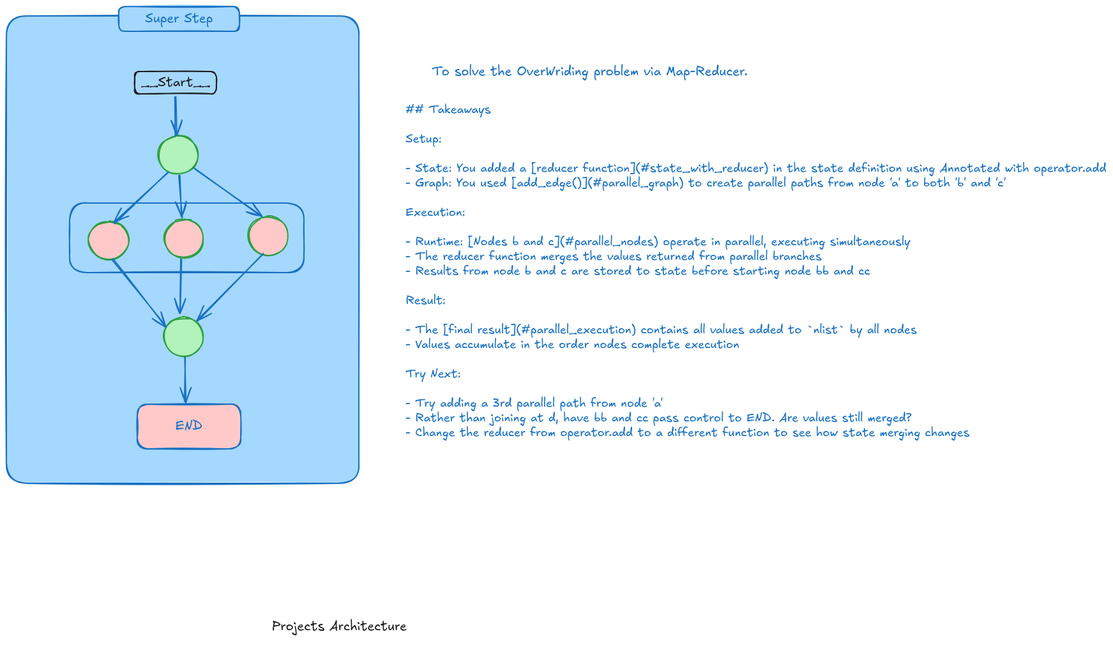
Before: 3.5-Quickstart-LangGraph-v.1.2/note.excalidraw.png, a diagram exported from Excalidraw (AIXerum/End-to-End-Agentic-AI-Automation-Lab). Source tidied: one line per element, renumbered; positions are measured from the earlier drawing's top-left corner, leaving out a move shared by most shapes.
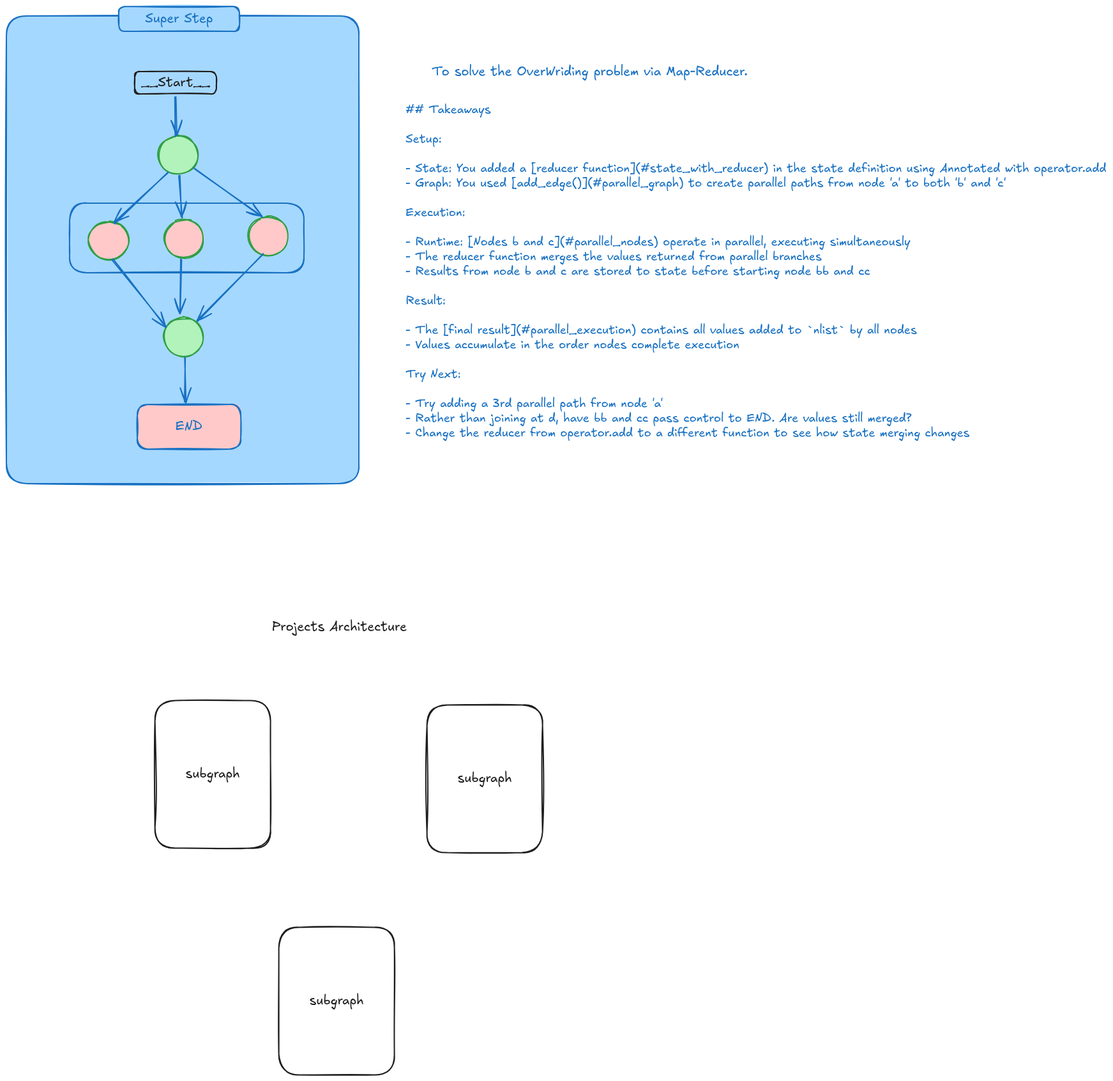
The same diagram one commit later.

Commit message:
subgraph adding as different agent

Diff of the diagram source:
```diff
@@ -22,3 +22,9 @@
 {"id": 21, "type": "text", "text": "To solve the OverWriding problem via Map-Reducer.", "strokeColor": "#1971c2", "backgroundColor": "#a5d8ff", "fillStyle": "solid", "strokeWidth": 2, "roughness": 1, "fontSize": 20, "fontFamily": 5, "x": 666, "y": 90, "width": 494, "height": 25}
 {"id": 22, "type": "text", "text": "## Takeaways\n\nSetup:\n\n- State: You added a [reducer function](#state_with_reducer) in the state definition using Annotated with operator.add\n- Graph: You used [add_edge()](#parallel_graph) to create parallel paths from node 'a' to both 'b' and 'c'\n\nExecution:\n\n- Runtime: [Nodes b and c](#parallel_nodes) operate in parallel, executing simultaneously\n- The reducer function merges the values returned from parallel branches\n- Results from node b and c are stored to state before starting node bb and cc\n\nResult:\n\n- The [final result](#parallel_execution) contains all values added to `nlist` by all nodes\n- Values accumulate in the order nodes complete execution\n\nTry Next:\n\n- Try adding a 3rd parallel path from node 'a'\n- Rather than joining at d, have bb and cc pass control to END. Are values still merged?\n- Change the reducer from operator.add to a different function to see how state merging changes", "strokeColor": "#1971c2", "backgroundColor": "#a5d8ff", "fillStyle": "solid", "strokeWidth": 2, "roughness": 1, "fontSize": 18.41, "fontFamily": 5, "x": 625, "y": 151, "width": 1098, "height": 529}
 {"id": 23, "type": "text", "text": "Projects Architecture\n", "strokeColor": "#1e1e1e", "strokeWidth": 2, "roughness": 1, "fontSize": 20, "fontFamily": 5, "x": 416, "y": 959, "width": 211, "height": 50}
+{"id": 24, "type": "rectangle", "strokeColor": "#1e1e1e", "strokeWidth": 2, "roughness": 1, "round": true, "x": 233, "y": 1086, "width": 181, "height": 231}
+{"id": 25, "type": "text", "text": "subgraph", "strokeColor": "#1e1e1e", "strokeWidth": 2, "roughness": 1, "fontSize": 20, "fontFamily": 5, "textAlign": "center", "verticalAlign": "middle", "inside": 24, "x": 281, "y": 1189, "width": 85, "height": 25}
+{"id": 26, "type": "rectangle", "strokeColor": "#1e1e1e", "strokeWidth": 2, "roughness": 1, "round": true, "x": 659, "y": 1093, "width": 181, "height": 231}
+{"id": 27, "type": "text", "text": "subgraph", "strokeColor": "#1e1e1e", "strokeWidth": 2, "roughness": 1, "fontSize": 20, "fontFamily": 5, "textAlign": "center", "verticalAlign": "middle", "inside": 26, "x": 707, "y": 1196, "width": 85, "height": 25}
+{"id": 28, "type": "rectangle", "strokeColor": "#1e1e1e", "strokeWidth": 2, "roughness": 1, "round": true, "x": 427, "y": 1441, "width": 181, "height": 231}
+{"id": 29, "type": "text", "text": "subgraph", "strokeColor": "#1e1e1e", "strokeWidth": 2, "roughness": 1, "fontSize": 20, "fontFamily": 5, "textAlign": "center", "verticalAlign": "middle", "inside": 28, "x": 475, "y": 1544, "width": 85, "height": 25}
```
